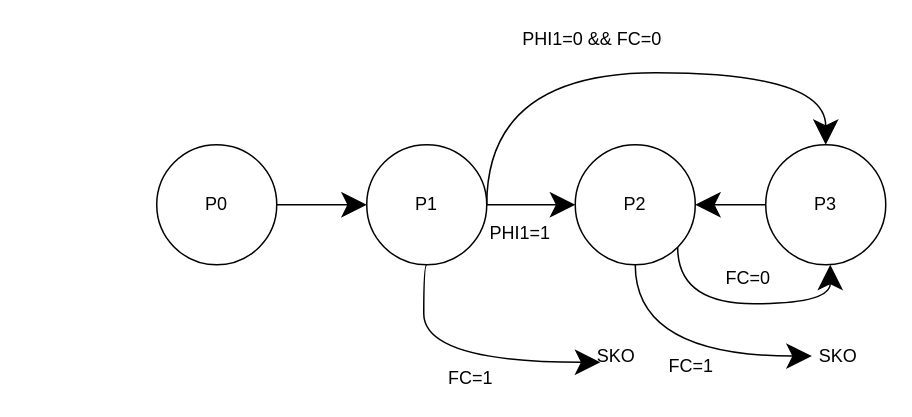
Before: Graph DS 1.drawio in TimurQQ/Workshop, a draw.io diagram. Source tidied: cells renumbered, new cells numbered last; positions are measured from the earlier drawing's top-left corner, leaving out a move shared by most shapes. Both pictures are drawn from the tidied source at 150%, with x=0, y=0 at pixel (156, 26).
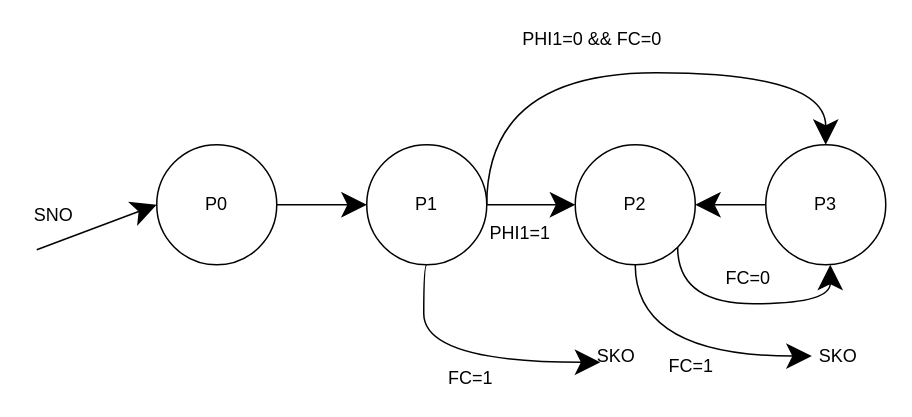
The same page after the edit.

The change refers to these unchanged cells:
```xml
<mxCell id="2" value="P0" style="ellipse;whiteSpace=wrap;html=1;hachureGap=4;" parent="1" vertex="1">
  <mxGeometry y="79" width="80" height="80" as="geometry" />
</mxCell>
```

Diff of the diagram source:
```diff
@@
+    <mxCell id="20" style="endArrow=classic;html=1;rounded=0;startSize=14;endSize=14;sourcePerimeterSpacing=8;targetPerimeterSpacing=8;curved=1;entryX=0;entryY=0.5;entryDx=0;entryDy=0;" parent="1" edge="1" target="2">
+      <mxGeometry relative="1" as="geometry">
+        <mxPoint x="-80" y="149" as="sourcePoint" />
+      </mxGeometry>
+    </mxCell>
+    <mxCell id="21" value="SNO" style="text;html=1;align=center;verticalAlign=middle;strokeColor=none;fillColor=none;hachureGap=4;" parent="1" vertex="1">
+      <mxGeometry x="-87" y="117" width="36" height="18" as="geometry" />
+    </mxCell>
```
